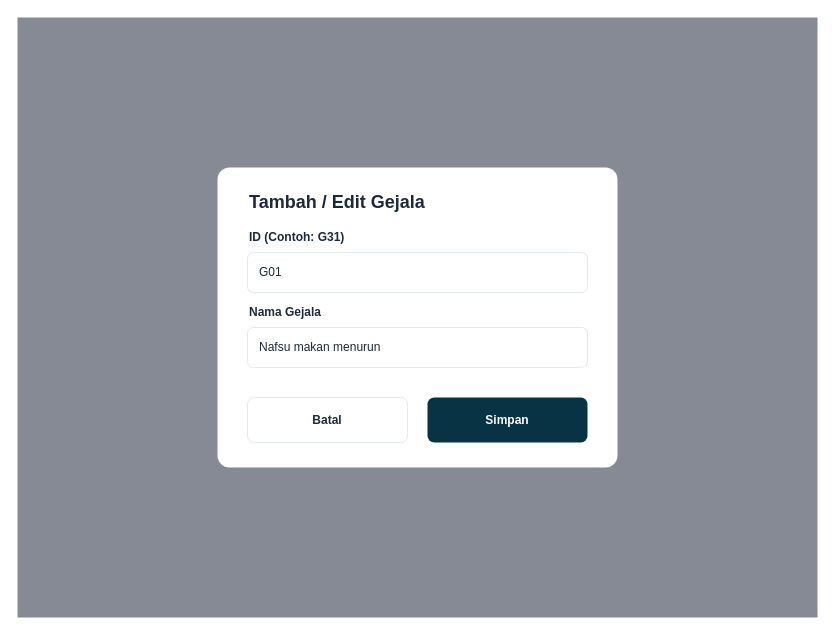
Earlier version of the draw.io diagram diagram/desain/admin_gejala_form.drawio (Jinsky/Jinsky). Source tidied: cells renumbered, new cells numbered last; positions are measured from the earlier drawing's top-left corner, leaving out a move shared by most shapes. Both pictures are drawn from the tidied source at 100%, with x=0, y=0 at pixel (17, 17).
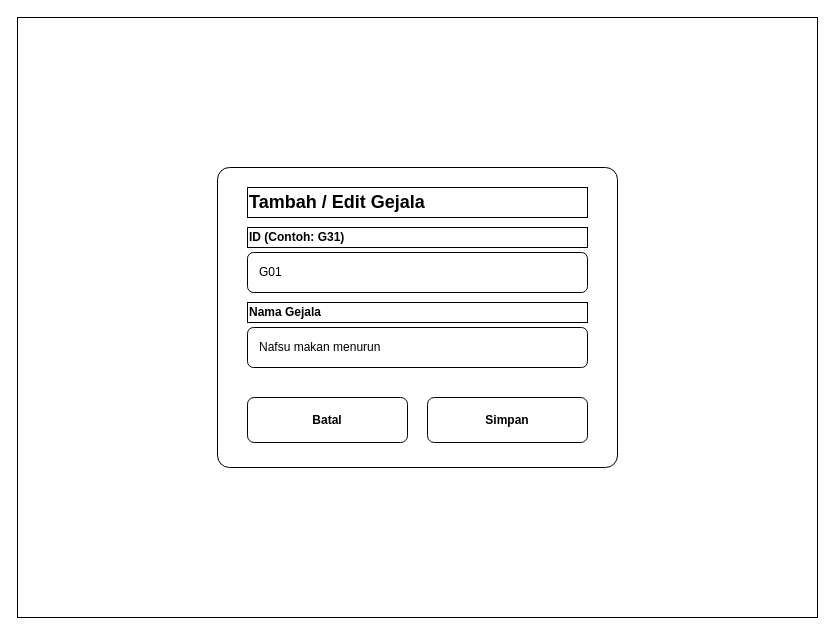
The same diagram, later.

What changed in the source:
```diff
@@
 <mxGraphModel>
   <root>
     <mxCell id="0" />
     <mxCell id="1" parent="0" />
-    <mxCell id="2" style="rounded=0;whiteSpace=wrap;html=1;fillColor=#0f172a;opacity=50;strokeColor=none;" parent="1" vertex="1">
+    <mxCell id="2" style="rounded=0;whiteSpace=wrap;html=1;fillColor=#ffffff;strokeColor=#000000;fontColor=#000000;" parent="1" vertex="1">
       <mxGeometry width="800" height="600" as="geometry" />
     </mxCell>
-    <mxCell id="3" style="rounded=0;whiteSpace=wrap;html=1;fillColor=#ffffff;strokeColor=none;arcSize=4;rounded=1;" parent="1" vertex="1">
+    <mxCell id="3" style="rounded=1;whiteSpace=wrap;html=1;fillColor=#ffffff;strokeColor=#000000;arcSize=4;fontColor=#000000;" parent="1" vertex="1">
       <mxGeometry x="200" y="150" width="400" height="300" as="geometry" />
     </mxCell>
-    <mxCell id="4" value="Tambah / Edit Gejala" style="text;html=1;strokeColor=none;fillColor=none;align=left;verticalAlign=middle;whiteSpace=wrap;rounded=0;fontSize=18;fontStyle=1;fontColor=#1e293b;" parent="1" vertex="1">
+    <mxCell id="4" value="Tambah / Edit Gejala" style="text;html=1;strokeColor=#000000;fillColor=none;align=left;verticalAlign=middle;whiteSpace=wrap;rounded=0;fontSize=18;fontStyle=1;fontColor=#000000;" parent="1" vertex="1">
       <mxGeometry x="230" y="170" width="340" height="30" as="geometry" />
     </mxCell>
-    <mxCell id="5" value="ID (Contoh: G31)" style="text;html=1;strokeColor=none;fillColor=none;align=left;verticalAlign=middle;whiteSpace=wrap;rounded=0;fontSize=12;fontStyle=1;fontColor=#1e293b;" parent="1" vertex="1">
+    <mxCell id="5" value="ID (Contoh: G31)" style="text;html=1;strokeColor=#000000;fillColor=none;align=left;verticalAlign=middle;whiteSpace=wrap;rounded=0;fontSize=12;fontStyle=1;fontColor=#000000;" parent="1" vertex="1">
       <mxGeometry x="230" y="210" width="340" height="20" as="geometry" />
     </mxCell>
-    <mxCell id="6" value="G01" style="rounded=1;whiteSpace=wrap;html=1;fillColor=#ffffff;strokeColor=#e2e8f0;align=left;spacingLeft=10;fontColor=#1e293b;" parent="1" vertex="1">
+    <mxCell id="6" value="G01" style="rounded=1;whiteSpace=wrap;html=1;fillColor=#ffffff;strokeColor=#000000;align=left;spacingLeft=10;fontColor=#000000;" parent="1" vertex="1">
       <mxGeometry x="230" y="235" width="340" height="40" as="geometry" />
     </mxCell>
-    <mxCell id="7" value="Nama Gejala" style="text;html=1;strokeColor=none;fillColor=none;align=left;verticalAlign=middle;whiteSpace=wrap;rounded=0;fontSize=12;fontStyle=1;fontColor=#1e293b;" parent="1" vertex="1">
+    <mxCell id="7" value="Nama Gejala" style="text;html=1;strokeColor=#000000;fillColor=none;align=left;verticalAlign=middle;whiteSpace=wrap;rounded=0;fontSize=12;fontStyle=1;fontColor=#000000;" parent="1" vertex="1">
       <mxGeometry x="230" y="285" width="340" height="20" as="geometry" />
     </mxCell>
-    <mxCell id="8" value="Nafsu makan menurun" style="rounded=1;whiteSpace=wrap;html=1;fillColor=#ffffff;strokeColor=#e2e8f0;align=left;spacingLeft=10;fontColor=#1e293b;" parent="1" vertex="1">
+    <mxCell id="8" value="Nafsu makan menurun" style="rounded=1;whiteSpace=wrap;html=1;fillColor=#ffffff;strokeColor=#000000;align=left;spacingLeft=10;fontColor=#000000;" parent="1" vertex="1">
       <mxGeometry x="230" y="310" width="340" height="40" as="geometry" />
     </mxCell>
-    <mxCell id="9" value="Batal" style="rounded=1;whiteSpace=wrap;html=1;fillColor=#ffffff;strokeColor=#e2e8f0;fontStyle=1;fontColor=#1e293b;" parent="1" vertex="1">
+    <mxCell id="9" value="Batal" style="rounded=1;whiteSpace=wrap;html=1;fillColor=#ffffff;strokeColor=#000000;fontStyle=1;fontColor=#000000;" parent="1" vertex="1">
       <mxGeometry x="230" y="380" width="160" height="45" as="geometry" />
     </mxCell>
-    <mxCell id="10" value="Simpan" style="rounded=1;whiteSpace=wrap;html=1;fillColor=#083344;strokeColor=none;fontStyle=1;fontColor=#ffffff;" parent="1" vertex="1">
+    <mxCell id="10" value="Simpan" style="rounded=1;whiteSpace=wrap;html=1;fillColor=#ffffff;strokeColor=#000000;fontStyle=1;fontColor=#000000;" parent="1" vertex="1">
       <mxGeometry x="410" y="380" width="160" height="45" as="geometry" />
     </mxCell>
   </root>
 </mxGraphModel>
```
